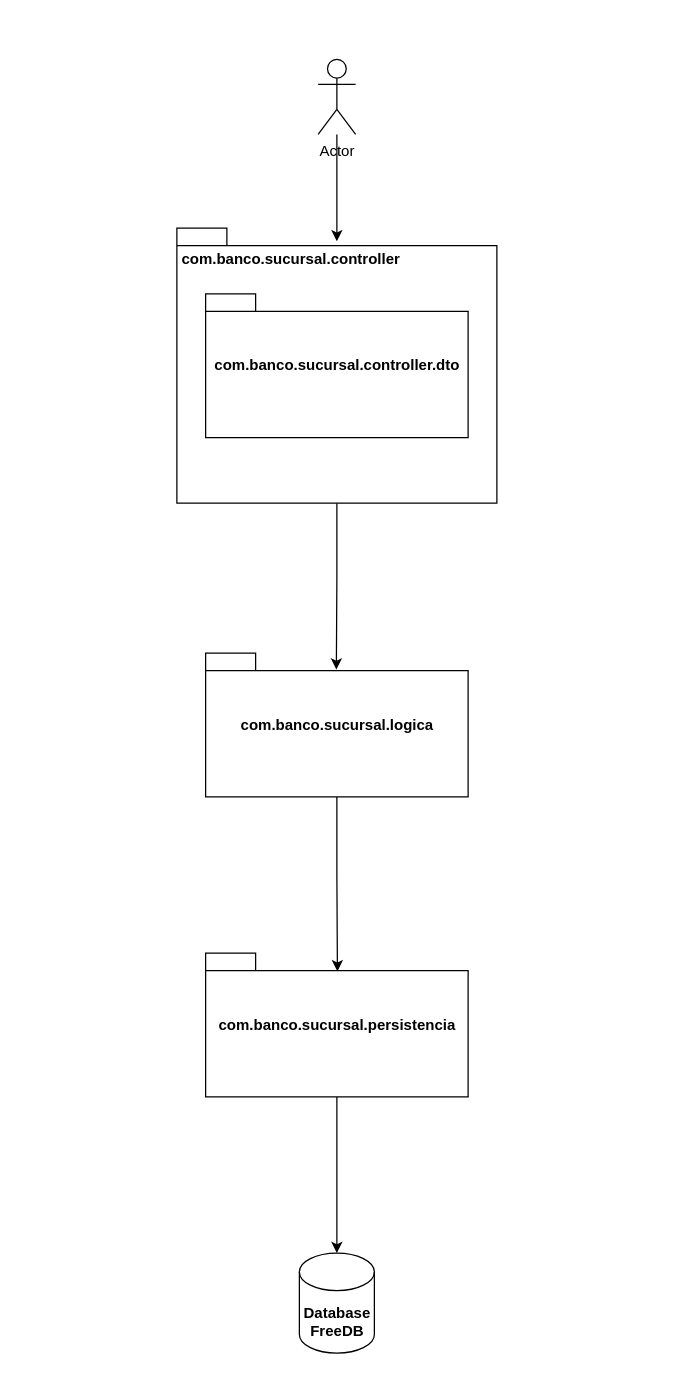
This is page "Diagrama de paquetes" (2 of 3) of docs/restapi-banco.drawio from diemau16/banco-unisabana, a draw.io file, before an edit. Source tidied: cells renumbered, new cells numbered last; positions are measured from the earlier drawing's top-left corner, leaving out a move shared by most shapes. Both pictures are drawn from the tidied source at 125%, with x=0, y=0 at pixel (176, 59).
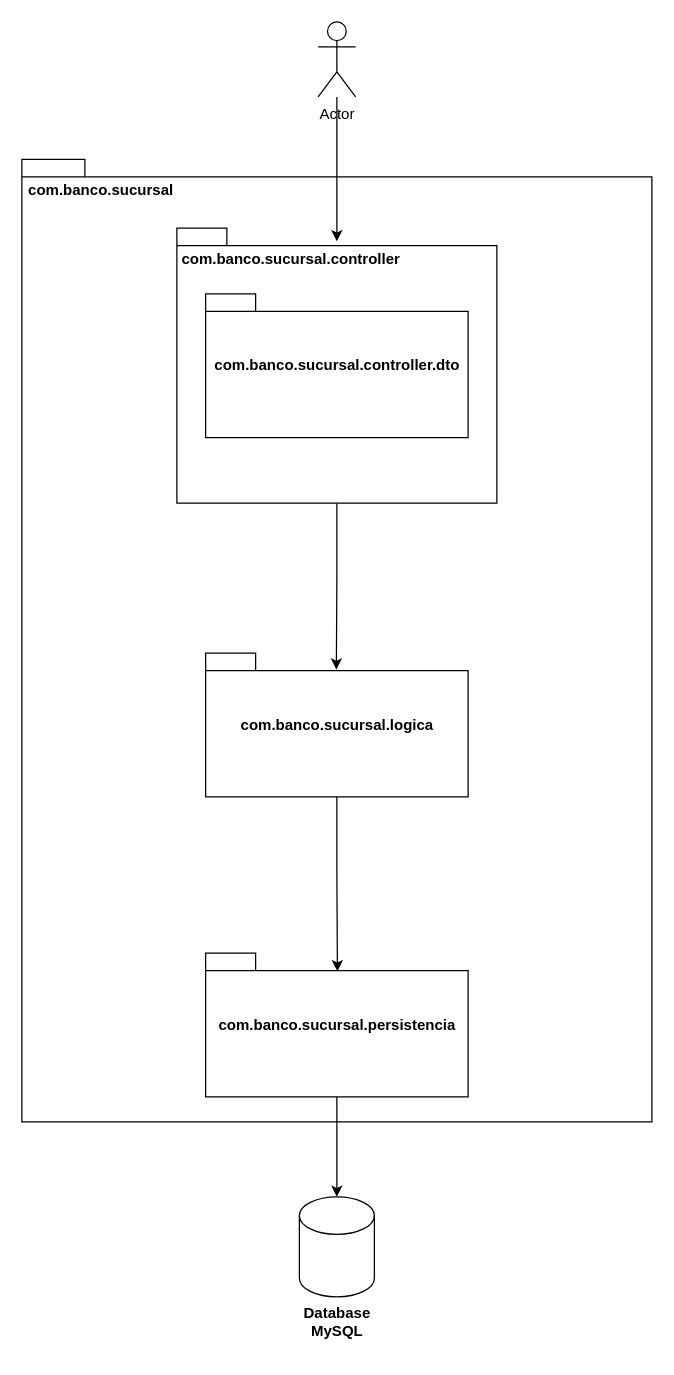
After the change.

Diff of the diagram source:
```diff
@@
 <mxGraphModel>
   <root>
     <mxCell id="0" />
     <mxCell id="1" parent="0" />
+    <mxCell id="17" style="shape=folder;fontStyle=1;spacingTop=10;tabWidth=40;tabHeight=14;tabPosition=left;html=1;whiteSpace=wrap;" parent="1" vertex="1">
+      <mxGeometry x="-124" y="80" width="504" height="770" as="geometry" />
+    </mxCell>
     <mxCell id="2" style="edgeStyle=orthogonalEdgeStyle;rounded=0;jettySize=auto;html=1;exitX=0.5;exitY=1;exitDx=0;exitDy=0;exitPerimeter=0;entryX=0.498;entryY=0.114;entryDx=0;entryDy=0;entryPerimeter=0;" parent="1" edge="1" source="3" target="8">
       <mxGeometry relative="1" as="geometry" />
     </mxCell>
     <mxCell id="3" style="shape=folder;fontStyle=1;spacingTop=10;tabWidth=40;tabHeight=14;tabPosition=left;html=1;whiteSpace=wrap;" parent="1" vertex="1">
       <mxGeometry y="135" width="256" height="220" as="geometry" />
     </mxCell>
     <mxCell id="4" value="com.banco.sucursal.controller" style="text;align=center;fontStyle=1;verticalAlign=middle;spacingLeft=3;spacingRight=3;strokeColor=none;html=1;" parent="1" vertex="1">
       <mxGeometry x="66" y="155" width="50" height="10" as="geometry" />
     </mxCell>
     <mxCell id="5" style="shape=folder;fontStyle=1;spacingTop=10;tabWidth=40;tabHeight=14;tabPosition=left;html=1;whiteSpace=wrap;" parent="1" vertex="1">
       <mxGeometry x="23" y="187.5" width="210" height="115" as="geometry" />
     </mxCell>
     <mxCell id="6" value="com.banco.sucursal.controller.dto" style="text;align=center;fontStyle=1;verticalAlign=middle;spacingLeft=3;spacingRight=3;strokeColor=none;html=1;" parent="1" vertex="1">
       <mxGeometry x="103" y="240" width="50" height="10" as="geometry" />
     </mxCell>
     <mxCell id="7" style="edgeStyle=orthogonalEdgeStyle;rounded=0;jettySize=auto;html=1;exitX=0.5;exitY=1;exitDx=0;exitDy=0;exitPerimeter=0;entryX=0.502;entryY=0.127;entryDx=0;entryDy=0;entryPerimeter=0;" parent="1" edge="1" source="8" target="11">
       <mxGeometry relative="1" as="geometry" />
     </mxCell>
     <mxCell id="8" style="shape=folder;fontStyle=1;spacingTop=10;tabWidth=40;tabHeight=14;tabPosition=left;html=1;whiteSpace=wrap;" parent="1" vertex="1">
       <mxGeometry x="23" y="475" width="210" height="115" as="geometry" />
     </mxCell>
     <mxCell id="9" value="com.banco.sucursal.logica" style="text;align=center;fontStyle=1;verticalAlign=middle;spacingLeft=3;spacingRight=3;strokeColor=none;html=1;" parent="1" vertex="1">
       <mxGeometry x="103" y="527.5" width="50" height="10" as="geometry" />
     </mxCell>
     <mxCell id="10" style="edgeStyle=orthogonalEdgeStyle;rounded=0;jettySize=auto;html=1;exitX=0.5;exitY=1;exitDx=0;exitDy=0;exitPerimeter=0;entryX=0.5;entryY=0;entryDx=0;entryDy=0;entryPerimeter=0;" parent="1" edge="1" source="11" target="13">
       <mxGeometry relative="1" as="geometry" />
     </mxCell>
     <mxCell id="11" style="shape=folder;fontStyle=1;spacingTop=10;tabWidth=40;tabHeight=14;tabPosition=left;html=1;whiteSpace=wrap;" parent="1" vertex="1">
       <mxGeometry x="23" y="715" width="210" height="115" as="geometry" />
     </mxCell>
     <mxCell id="12" value="com.banco.sucursal.persistencia" style="text;align=center;fontStyle=1;verticalAlign=middle;spacingLeft=3;spacingRight=3;strokeColor=none;html=1;" parent="1" vertex="1">
       <mxGeometry x="103" y="767.5" width="50" height="10" as="geometry" />
     </mxCell>
     <mxCell id="13" style="shape=cylinder3;whiteSpace=wrap;html=1;boundedLbl=1;backgroundOutline=1;size=15;" parent="1" vertex="1">
-      <mxGeometry x="98" y="955" width="60" height="80" as="geometry" />
+      <mxGeometry x="98" y="910" width="60" height="80" as="geometry" />
     </mxCell>
-    <mxCell id="14" value="Database&lt;br&gt;FreeDB" style="text;align=center;fontStyle=1;verticalAlign=middle;spacingLeft=3;spacingRight=3;strokeColor=none;html=1;" parent="1" vertex="1">
+    <mxCell id="14" value="Database&lt;br&gt;MySQL" style="text;align=center;fontStyle=1;verticalAlign=middle;spacingLeft=3;spacingRight=3;strokeColor=none;html=1;" parent="1" vertex="1">
       <mxGeometry x="103" y="1005" width="50" height="10" as="geometry" />
     </mxCell>
     <mxCell id="15" style="edgeStyle=orthogonalEdgeStyle;rounded=0;jettySize=auto;html=1;entryX=0.5;entryY=0.048;entryDx=0;entryDy=0;entryPerimeter=0;" parent="1" edge="1" source="16" target="3">
       <mxGeometry relative="1" as="geometry" />
     </mxCell>
     <mxCell id="16" value="Actor" style="shape=umlActor;verticalLabelPosition=bottom;verticalAlign=top;html=1;outlineConnect=0;" parent="1" vertex="1">
-      <mxGeometry x="113" width="30" height="60" as="geometry" />
+      <mxGeometry x="113" y="-30" width="30" height="60" as="geometry" />
     </mxCell>
+    <mxCell id="18" value="com.banco.sucursal" style="text;align=center;fontStyle=1;verticalAlign=middle;spacingLeft=3;spacingRight=3;strokeColor=none;html=1;" parent="1" vertex="1">
+      <mxGeometry x="-86" y="100" width="50" height="10" as="geometry" />
+    </mxCell>
   </root>
 </mxGraphModel>
```
